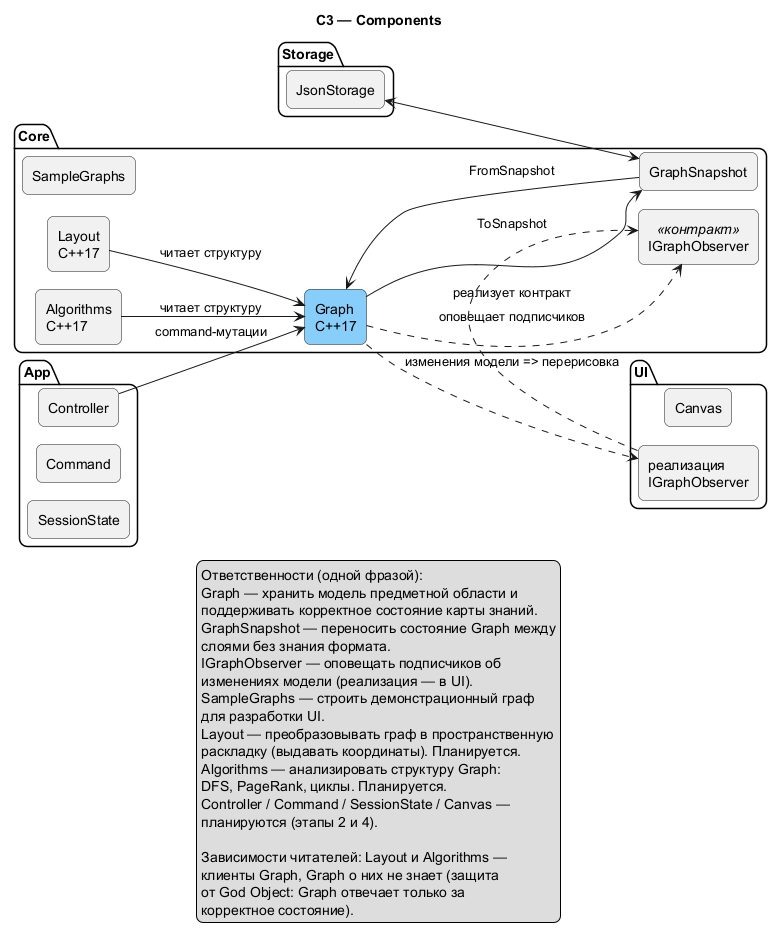
Above: docs/assets/c4/C3.png in Anastas2817/ravel-kb (PlantUML), before the change. The source it was exported from:
```plantuml
@startuml C3
!pragma layout smetana
skinparam shadowing false
skinparam componentStyle rectangle
skinparam rectangle {
  RoundCorner 12
}
skinparam package {
  RoundCorner 16
}
skinparam legend {
  RoundCorner 12
}
left to right direction
title C3 — Components

package "Core" {

  rectangle "Graph\nC++17" as Graph #LightSkyBlue
  rectangle "GraphSnapshot" as Snapshot
  rectangle "IGraphObserver" as Observer <<контракт>>
  rectangle "SampleGraphs" as Samples
  rectangle "Layout\nC++17" as Layout
  rectangle "Algorithms\nC++17" as Algo

  Layout --> Graph : читает структуру
  Algo --> Graph : читает структуру
  Graph --> Snapshot : ToSnapshot
  Snapshot --> Graph : FromSnapshot
  Graph ..> Observer : оповещает подписчиков
}

package "App" {
  rectangle "Controller" as Ctrl
  rectangle "Command" as Cmd
  rectangle "SessionState" as Session
}

package "UI" {
  rectangle "Canvas" as Canvas
  rectangle "реализация\nIGraphObserver" as ObsImpl
}

package "Storage" {
  rectangle "JsonStorage" as JsonS
}

Ctrl --> Graph : command-мутации
ObsImpl ..> Observer : реализует контракт
Graph ..> ObsImpl : изменения модели => перерисовка
JsonS <--> Snapshot

legend bottom
  Ответственности (одной фразой):
  Graph — хранить модель предметной области и
  поддерживать корректное состояние карты знаний.
  GraphSnapshot — переносить состояние Graph между
  слоями без знания формата.
  IGraphObserver — оповещать подписчиков об
  изменениях модели (реализация — в UI).
  SampleGraphs — строить демонстрационный граф
  для разработки UI.
  Layout — преобразовывать граф в пространственную
  раскладку (выдавать координаты). Планируется.
  Algorithms — анализировать структуру Graph:
  DFS, PageRank, циклы. Планируется.
  Controller / Command / SessionState / Canvas —
  планируются (этапы 2 и 4).

  Зависимости читателей: Layout и Algorithms —
  клиенты Graph, Graph о них не знает (защита
  от God Object: Graph отвечает только за
  корректное состояние).
end legend
@enduml
```
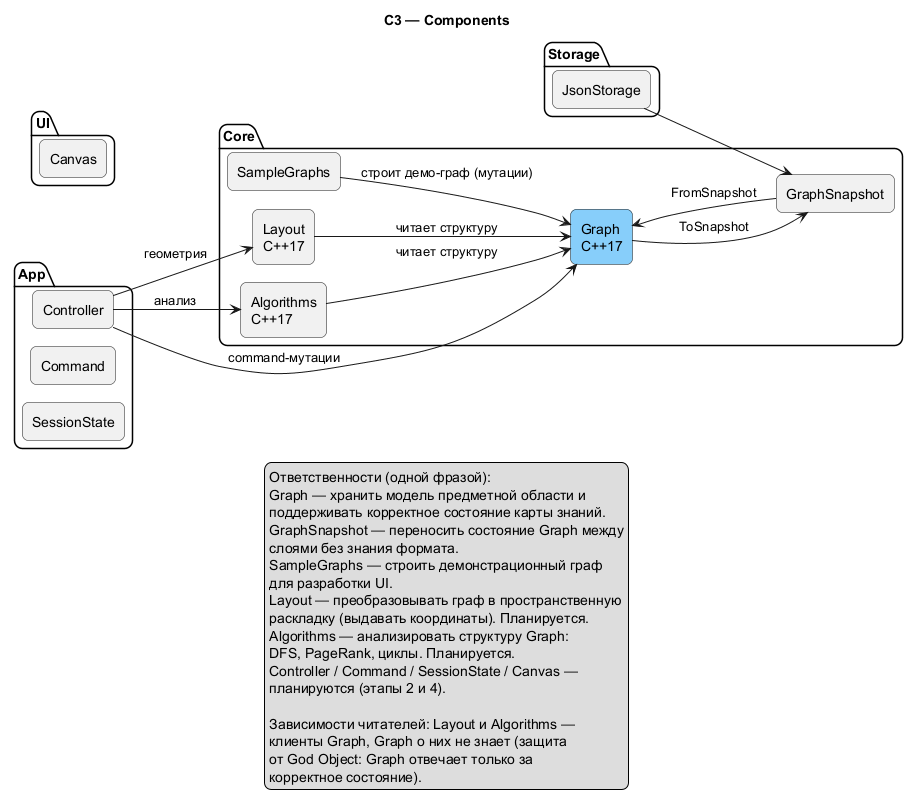
After the commit.

What changed in the source:
```diff
@@ -18,7 +18,6 @@
 
   rectangle "Graph\nC++17" as Graph #LightSkyBlue
   rectangle "GraphSnapshot" as Snapshot
-  rectangle "IGraphObserver" as Observer <<контракт>>
   rectangle "SampleGraphs" as Samples
   rectangle "Layout\nC++17" as Layout
   rectangle "Algorithms\nC++17" as Algo
@@ -27,7 +26,7 @@
   Algo --> Graph : читает структуру
   Graph --> Snapshot : ToSnapshot
   Snapshot --> Graph : FromSnapshot
-  Graph ..> Observer : оповещает подписчиков
+  Samples --> Graph : строит демо-граф (мутации)
 }
 
 package "App" {
@@ -38,7 +37,6 @@
 
 package "UI" {
   rectangle "Canvas" as Canvas
-  rectangle "реализация\nIGraphObserver" as ObsImpl
 }
 
 package "Storage" {
@@ -46,9 +44,9 @@
 }
 
 Ctrl --> Graph : command-мутации
-ObsImpl ..> Observer : реализует контракт
-Graph ..> ObsImpl : изменения модели => перерисовка
-JsonS <--> Snapshot
+Ctrl --> Algo : анализ
+Ctrl --> Layout : геометрия
+JsonS --> Snapshot
 
 legend bottom
   Ответственности (одной фразой):
@@ -56,8 +54,6 @@
   поддерживать корректное состояние карты знаний.
   GraphSnapshot — переносить состояние Graph между
   слоями без знания формата.
-  IGraphObserver — оповещать подписчиков об
-  изменениях модели (реализация — в UI).
   SampleGraphs — строить демонстрационный граф
   для разработки UI.
   Layout — преобразовывать граф в пространственную
```
